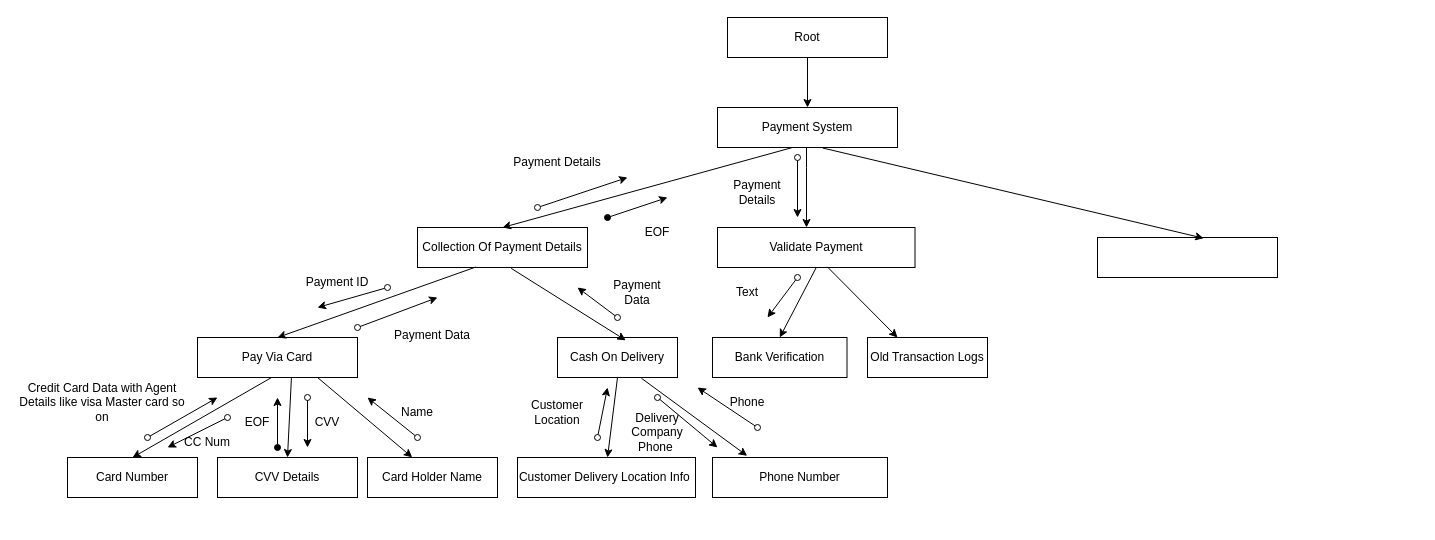
The draw.io diagram Payment Bijeta.drawio in pawal-karki/DRAW.IO, before the edit. Source tidied: cells renumbered, new cells numbered last; positions are measured from the earlier drawing's top-left corner, leaving out a move shared by most shapes. Both pictures are drawn from the tidied source at 100%, with x=0, y=0 at pixel (17, 17).
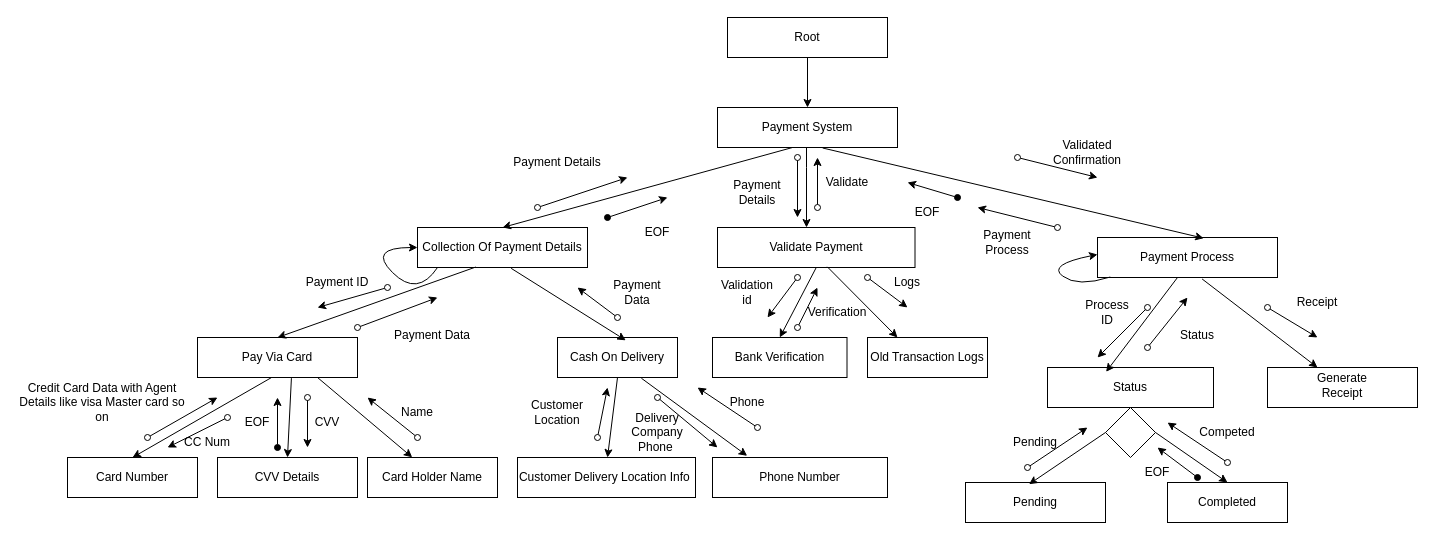
After the change.

Change to the diagram source:
```diff
@@
-    <mxCell id="10" style="rounded=0;whiteSpace=wrap;html=1;" parent="1" vertex="1">
+    <mxCell id="10" value="Payment Process" style="rounded=0;whiteSpace=wrap;html=1;" parent="1" vertex="1">
       <mxGeometry x="1080" y="220" width="180" height="40" as="geometry" />
     </mxCell>
@@
-    <mxCell id="59" value="Text" style="text;html=1;align=center;verticalAlign=middle;whiteSpace=wrap;rounded=0;" parent="1" vertex="1">
+    <mxCell id="59" value="Validation id" style="text;html=1;align=center;verticalAlign=middle;whiteSpace=wrap;rounded=0;" parent="1" vertex="1">
       <mxGeometry x="700" y="260" width="60" height="30" as="geometry" />
     </mxCell>
+    <mxCell id="60" style="endArrow=classic;html=1;rounded=0;startArrow=oval;startFill=0;" parent="1" edge="1">
+      <mxGeometry relative="1" as="geometry">
+        <mxPoint x="780" y="310" as="sourcePoint" />
+        <mxPoint x="800" y="270" as="targetPoint" />
+      </mxGeometry>
+    </mxCell>
+    <mxCell id="61" value="Verification" style="text;html=1;align=center;verticalAlign=middle;whiteSpace=wrap;rounded=0;" parent="1" vertex="1">
+      <mxGeometry x="790" y="280" width="60" height="30" as="geometry" />
+    </mxCell>
+    <mxCell id="62" style="endArrow=classic;html=1;rounded=0;startArrow=oval;startFill=0;" parent="1" edge="1">
+      <mxGeometry relative="1" as="geometry">
+        <mxPoint x="850" y="260" as="sourcePoint" />
+        <mxPoint x="890" y="290" as="targetPoint" />
+      </mxGeometry>
+    </mxCell>
+    <mxCell id="63" value="Logs" style="text;html=1;align=center;verticalAlign=middle;whiteSpace=wrap;rounded=0;" parent="1" vertex="1">
+      <mxGeometry x="860" y="250" width="60" height="30" as="geometry" />
+    </mxCell>
+    <mxCell id="64" style="endArrow=classic;html=1;rounded=0;startArrow=oval;startFill=0;" parent="1" edge="1">
+      <mxGeometry relative="1" as="geometry">
+        <mxPoint x="800" y="190" as="sourcePoint" />
+        <mxPoint x="800" y="140" as="targetPoint" />
+      </mxGeometry>
+    </mxCell>
+    <mxCell id="65" value="Validate" style="text;html=1;align=center;verticalAlign=middle;whiteSpace=wrap;rounded=0;" parent="1" vertex="1">
+      <mxGeometry x="800" y="150" width="60" height="30" as="geometry" />
+    </mxCell>
+    <mxCell id="66" value="Status" style="rounded=0;whiteSpace=wrap;html=1;" parent="1" vertex="1">
+      <mxGeometry x="1030" y="350" width="166" height="40" as="geometry" />
+    </mxCell>
+    <mxCell id="67" style="endArrow=classic;html=1;rounded=0;startArrow=oval;startFill=0;" parent="1" edge="1">
+      <mxGeometry relative="1" as="geometry">
+        <mxPoint x="1000" y="140" as="sourcePoint" />
+        <mxPoint x="1080" y="160" as="targetPoint" />
+      </mxGeometry>
+    </mxCell>
+    <mxCell id="68" value="Validated Confirmation" style="text;html=1;align=center;verticalAlign=middle;whiteSpace=wrap;rounded=0;" parent="1" vertex="1">
+      <mxGeometry x="1040" y="120" width="60" height="30" as="geometry" />
+    </mxCell>
+    <mxCell id="69" style="endArrow=classic;html=1;rounded=0;entryX=0.353;entryY=0.108;entryDx=0;entryDy=0;entryPerimeter=0;" parent="1" edge="1" target="66">
+      <mxGeometry relative="1" as="geometry">
+        <mxPoint x="1160" y="260" as="sourcePoint" />
+      </mxGeometry>
+    </mxCell>
+    <mxCell id="70" value="Pending" style="rounded=0;whiteSpace=wrap;html=1;" parent="1" vertex="1">
+      <mxGeometry x="948" y="465" width="140" height="40" as="geometry" />
+    </mxCell>
+    <mxCell id="71" value="Completed" style="rounded=0;whiteSpace=wrap;html=1;" parent="1" vertex="1">
+      <mxGeometry x="1150" y="465" width="120" height="40" as="geometry" />
+    </mxCell>
+    <mxCell id="72" style="rhombus;whiteSpace=wrap;html=1;" parent="1" vertex="1">
+      <mxGeometry x="1088" y="390" width="50" height="50" as="geometry" />
+    </mxCell>
+    <mxCell id="73" style="endArrow=classic;html=1;rounded=0;exitX=0;exitY=0.5;exitDx=0;exitDy=0;entryX=0.454;entryY=0.043;entryDx=0;entryDy=0;entryPerimeter=0;" parent="1" edge="1" source="72" target="70">
+      <mxGeometry relative="1" as="geometry" />
+    </mxCell>
+    <mxCell id="74" style="endArrow=classic;html=1;rounded=0;exitX=1;exitY=0.5;exitDx=0;exitDy=0;entryX=0.5;entryY=0;entryDx=0;entryDy=0;" parent="1" edge="1" source="72" target="71">
+      <mxGeometry relative="1" as="geometry" />
+    </mxCell>
+    <mxCell id="75" style="curved=1;endArrow=classic;html=1;rounded=0;exitX=0;exitY=1;exitDx=0;exitDy=0;" parent="1" edge="1">
+      <mxGeometry relative="1" as="geometry">
+        <mxPoint x="420" y="250" as="sourcePoint" />
+        <mxPoint x="400" y="230" as="targetPoint" />
+        <Array as="points">
+          <mxPoint x="400" y="280" />
+          <mxPoint x="350" y="230" />
+        </Array>
+      </mxGeometry>
+    </mxCell>
+    <mxCell id="76" value="Process ID" style="text;html=1;align=center;verticalAlign=middle;whiteSpace=wrap;rounded=0;" parent="1" vertex="1">
+      <mxGeometry x="1060" y="280" width="60" height="30" as="geometry" />
+    </mxCell>
+    <mxCell id="77" style="endArrow=classic;html=1;rounded=0;startArrow=oval;startFill=0;" parent="1" edge="1">
+      <mxGeometry relative="1" as="geometry">
+        <mxPoint x="1130" y="290" as="sourcePoint" />
+        <mxPoint x="1080" y="340" as="targetPoint" />
+      </mxGeometry>
+    </mxCell>
+    <mxCell id="78" style="endArrow=classic;html=1;rounded=0;startArrow=oval;startFill=0;" parent="1" edge="1">
+      <mxGeometry relative="1" as="geometry">
+        <mxPoint x="1010" y="450" as="sourcePoint" />
+        <mxPoint x="1070" y="410" as="targetPoint" />
+      </mxGeometry>
+    </mxCell>
+    <mxCell id="79" value="Pending" style="text;html=1;align=center;verticalAlign=middle;whiteSpace=wrap;rounded=0;" parent="1" vertex="1">
+      <mxGeometry x="988" y="410" width="60" height="30" as="geometry" />
+    </mxCell>
+    <mxCell id="80" style="endArrow=classic;html=1;rounded=0;startArrow=oval;startFill=0;" parent="1" edge="1">
+      <mxGeometry relative="1" as="geometry">
+        <mxPoint x="1210" y="445" as="sourcePoint" />
+        <mxPoint x="1150" y="405" as="targetPoint" />
+      </mxGeometry>
+    </mxCell>
+    <mxCell id="81" value="Competed" style="text;html=1;align=center;verticalAlign=middle;whiteSpace=wrap;rounded=0;" parent="1" vertex="1">
+      <mxGeometry x="1180" y="400" width="60" height="30" as="geometry" />
+    </mxCell>
+    <mxCell id="82" style="endArrow=classic;html=1;rounded=0;startArrow=oval;startFill=1;" parent="1" edge="1">
+      <mxGeometry relative="1" as="geometry">
+        <mxPoint x="1180" y="460" as="sourcePoint" />
+        <mxPoint x="1140" y="430" as="targetPoint" />
+      </mxGeometry>
+    </mxCell>
+    <mxCell id="83" value="EOF" style="text;html=1;align=center;verticalAlign=middle;whiteSpace=wrap;rounded=0;" parent="1" vertex="1">
+      <mxGeometry x="1110" y="440" width="60" height="30" as="geometry" />
+    </mxCell>
+    <mxCell id="84" style="endArrow=classic;html=1;rounded=0;startArrow=oval;startFill=0;" parent="1" edge="1">
+      <mxGeometry relative="1" as="geometry">
+        <mxPoint x="1040" y="210" as="sourcePoint" />
+        <mxPoint x="960" y="190" as="targetPoint" />
+      </mxGeometry>
+    </mxCell>
+    <mxCell id="85" value="Payment Process" style="text;html=1;align=center;verticalAlign=middle;whiteSpace=wrap;rounded=0;" parent="1" vertex="1">
+      <mxGeometry x="960" y="210" width="60" height="30" as="geometry" />
+    </mxCell>
+    <mxCell id="86" style="endArrow=classic;html=1;rounded=0;startArrow=oval;startFill=1;" parent="1" edge="1">
+      <mxGeometry relative="1" as="geometry">
+        <mxPoint x="940" y="180" as="sourcePoint" />
+        <mxPoint x="890" y="165" as="targetPoint" />
+      </mxGeometry>
+    </mxCell>
+    <mxCell id="87" value="EOF" style="text;html=1;align=center;verticalAlign=middle;whiteSpace=wrap;rounded=0;" parent="1" vertex="1">
+      <mxGeometry x="880" y="180" width="60" height="30" as="geometry" />
+    </mxCell>
+    <mxCell id="88" style="endArrow=classic;html=1;rounded=0;startArrow=oval;startFill=0;" parent="1" edge="1">
+      <mxGeometry relative="1" as="geometry">
+        <mxPoint x="1130" y="330" as="sourcePoint" />
+        <mxPoint x="1170" y="280" as="targetPoint" />
+      </mxGeometry>
+    </mxCell>
+    <mxCell id="89" value="Status" style="text;html=1;align=center;verticalAlign=middle;whiteSpace=wrap;rounded=0;" parent="1" vertex="1">
+      <mxGeometry x="1150" y="302.5" width="60" height="30" as="geometry" />
+    </mxCell>
+    <mxCell id="90" style="rounded=0;whiteSpace=wrap;html=1;" parent="1" vertex="1">
+      <mxGeometry x="1250" y="350" width="150" height="40" as="geometry" />
+    </mxCell>
+    <mxCell id="91" value="Generate Receipt" style="text;html=1;align=center;verticalAlign=middle;whiteSpace=wrap;rounded=0;" parent="1" vertex="1">
+      <mxGeometry x="1295" y="355" width="60" height="25" as="geometry" />
+    </mxCell>
+    <mxCell id="92" style="endArrow=classic;html=1;rounded=0;exitX=0.581;exitY=1.036;exitDx=0;exitDy=0;exitPerimeter=0;" parent="1" edge="1" source="10">
+      <mxGeometry relative="1" as="geometry">
+        <mxPoint x="1300" y="350" as="targetPoint" />
+      </mxGeometry>
+    </mxCell>
+    <mxCell id="93" value="Receipt" style="text;html=1;align=center;verticalAlign=middle;whiteSpace=wrap;rounded=0;" parent="1" vertex="1">
+      <mxGeometry x="1270" y="270" width="60" height="30" as="geometry" />
+    </mxCell>
+    <mxCell id="94" style="endArrow=classic;html=1;rounded=0;startArrow=oval;startFill=0;" parent="1" edge="1">
+      <mxGeometry relative="1" as="geometry">
+        <mxPoint x="1250" y="290" as="sourcePoint" />
+        <mxPoint x="1300" y="320" as="targetPoint" />
+      </mxGeometry>
+    </mxCell>
+    <mxCell id="95" style="curved=1;endArrow=classic;html=1;rounded=0;exitX=0.071;exitY=0.988;exitDx=0;exitDy=0;exitPerimeter=0;entryX=0;entryY=0.25;entryDx=0;entryDy=0;" parent="1" edge="1" source="10">
+      <mxGeometry relative="1" as="geometry">
+        <mxPoint x="1080" y="237" as="targetPoint" />
+        <Array as="points">
+          <mxPoint x="1060" y="270" />
+          <mxPoint x="1030" y="247" />
+        </Array>
+      </mxGeometry>
+    </mxCell>
```
